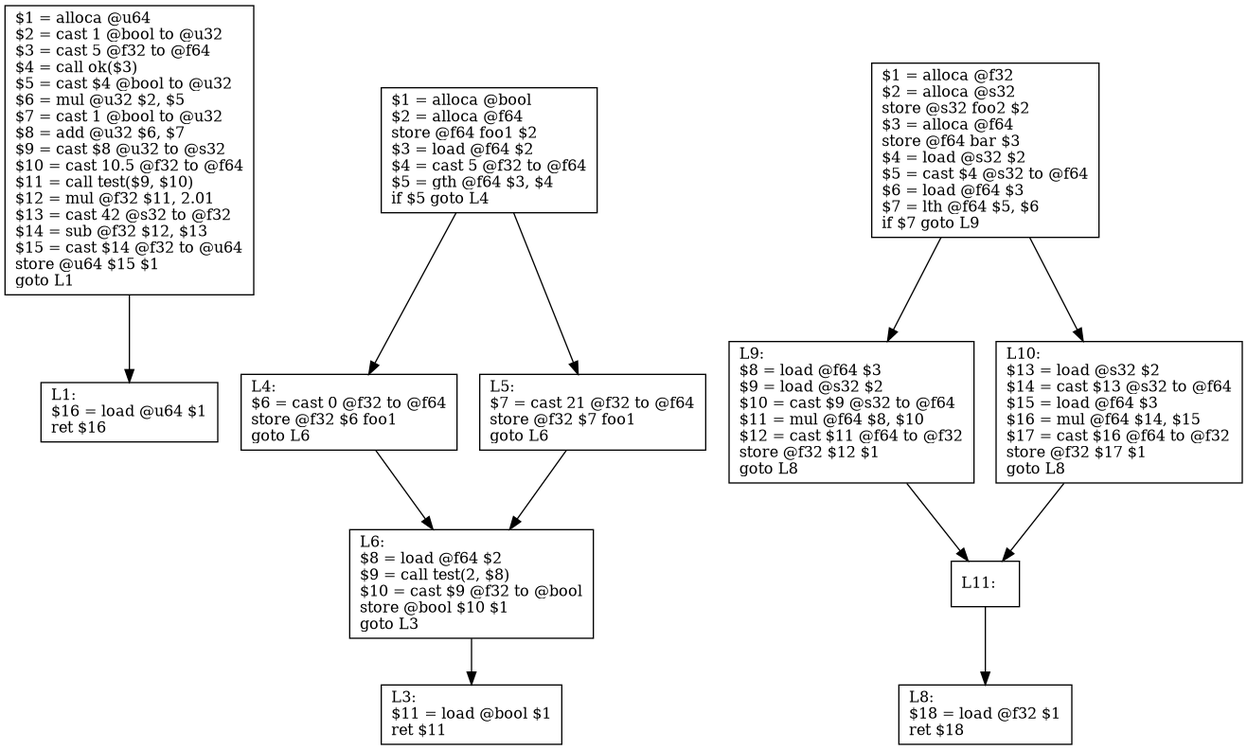
Excse/arkoi_language keeps this Graphviz diagram as example/test.png. Above is the earlier version. Its source is kept beside it as example/test.dot.
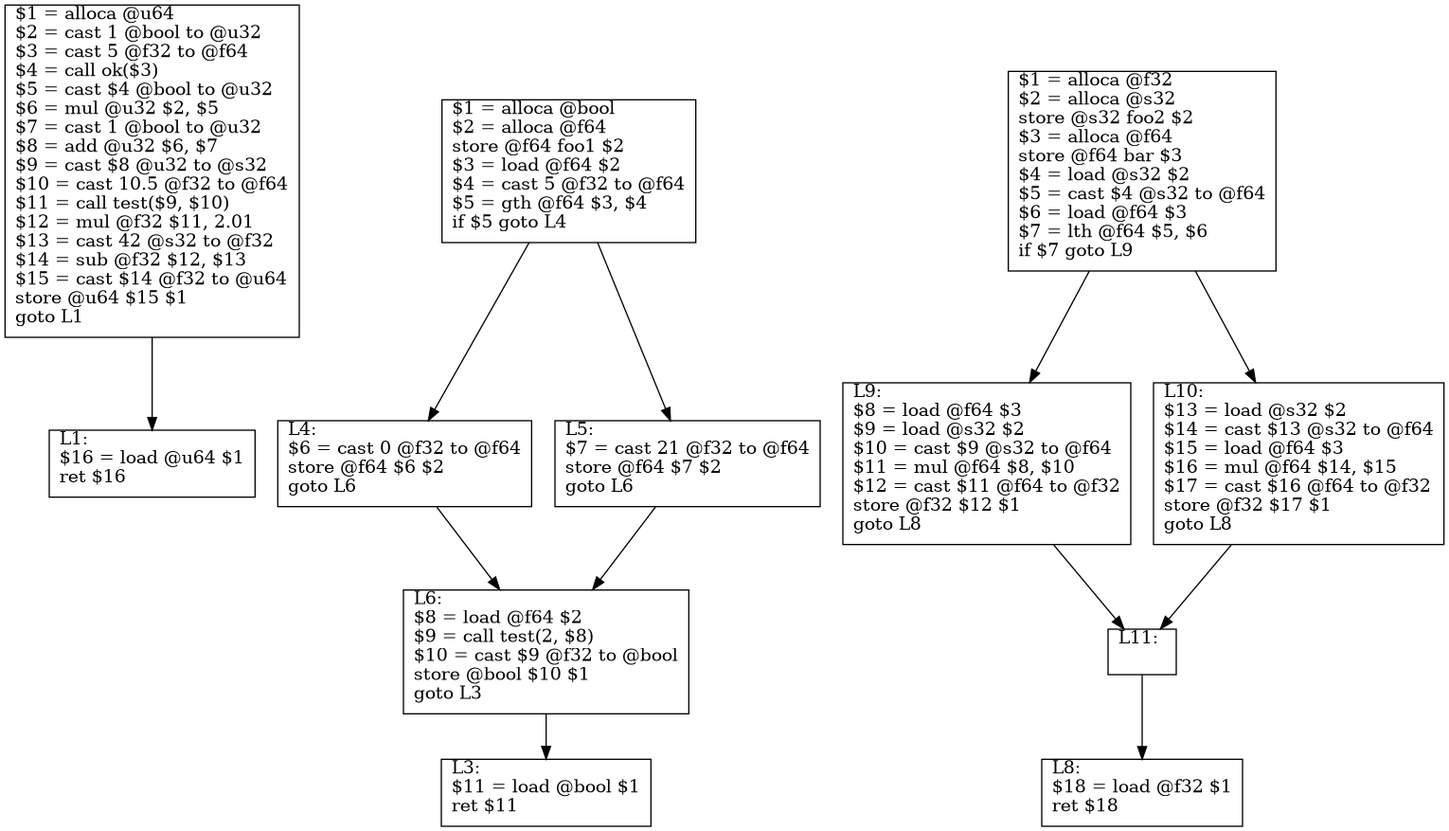
After the change.

The edit, as a diff of the source:
```diff
@@ -1,16 +1,16 @@
 digraph CFG {
-    node [shape=record, fontsize=12, labelloc="t", labeljust="l"]
+    node [shape=box, labelloc="t", labeljust="l"]
     L0 [label="$1 = alloca @u64\l$2 = cast 1 @bool to @u32\l$3 = cast 5 @f32 to @f64\l$4 = call ok($3)\l$5 = cast $4 @bool to @u32\l$6 = mul @u32 $2, $5\l$7 = cast 1 @bool to @u32\l$8 = add @u32 $6, $7\l$9 = cast $8 @u32 to @s32\l$10 = cast 10.5 @f32 to @f64\l$11 = call test($9, $10)\l$12 = mul @f32 $11, 2.01\l$13 = cast 42 @s32 to @f32\l$14 = sub @f32 $12, $13\l$15 = cast $14 @f32 to @u64\lstore @u64 $15 $1\lgoto L1\l"]
     L0 -> L1
     L1 [label="L1:\l$16 = load @u64 $1\lret $16\l"]
     L2 [label="$1 = alloca @bool\l$2 = alloca @f64\lstore @f64 foo1 $2\l$3 = load @f64 $2\l$4 = cast 5 @f32 to @f64\l$5 = gth @f64 $3, $4\lif $5 goto L4\l"]
     L2 -> L4
     L2 -> L5
-    L5 [label="L5:\l$7 = cast 21 @f32 to @f64\lstore @f32 $7 foo1\lgoto L6\l"]
+    L5 [label="L5:\l$7 = cast 21 @f32 to @f64\lstore @f64 $7 $2\lgoto L6\l"]
     L5 -> L6
     L6 [label="L6:\l$8 = load @f64 $2\l$9 = call test(2, $8)\l$10 = cast $9 @f32 to @bool\lstore @bool $10 $1\lgoto L3\l"]
     L6 -> L3
-    L4 [label="L4:\l$6 = cast 0 @f32 to @f64\lstore @f32 $6 foo1\lgoto L6\l"]
+    L4 [label="L4:\l$6 = cast 0 @f32 to @f64\lstore @f64 $6 $2\lgoto L6\l"]
     L4 -> L6
     L3 [label="L3:\l$11 = load @bool $1\lret $11\l"]
     L7 [label="$1 = alloca @f32\l$2 = alloca @s32\lstore @s32 foo2 $2\l$3 = alloca @f64\lstore @f64 bar $3\l$4 = load @s32 $2\l$5 = cast $4 @s32 to @f64\l$6 = load @f64 $3\l$7 = lth @f64 $5, $6\lif $7 goto L9\l"]
```
